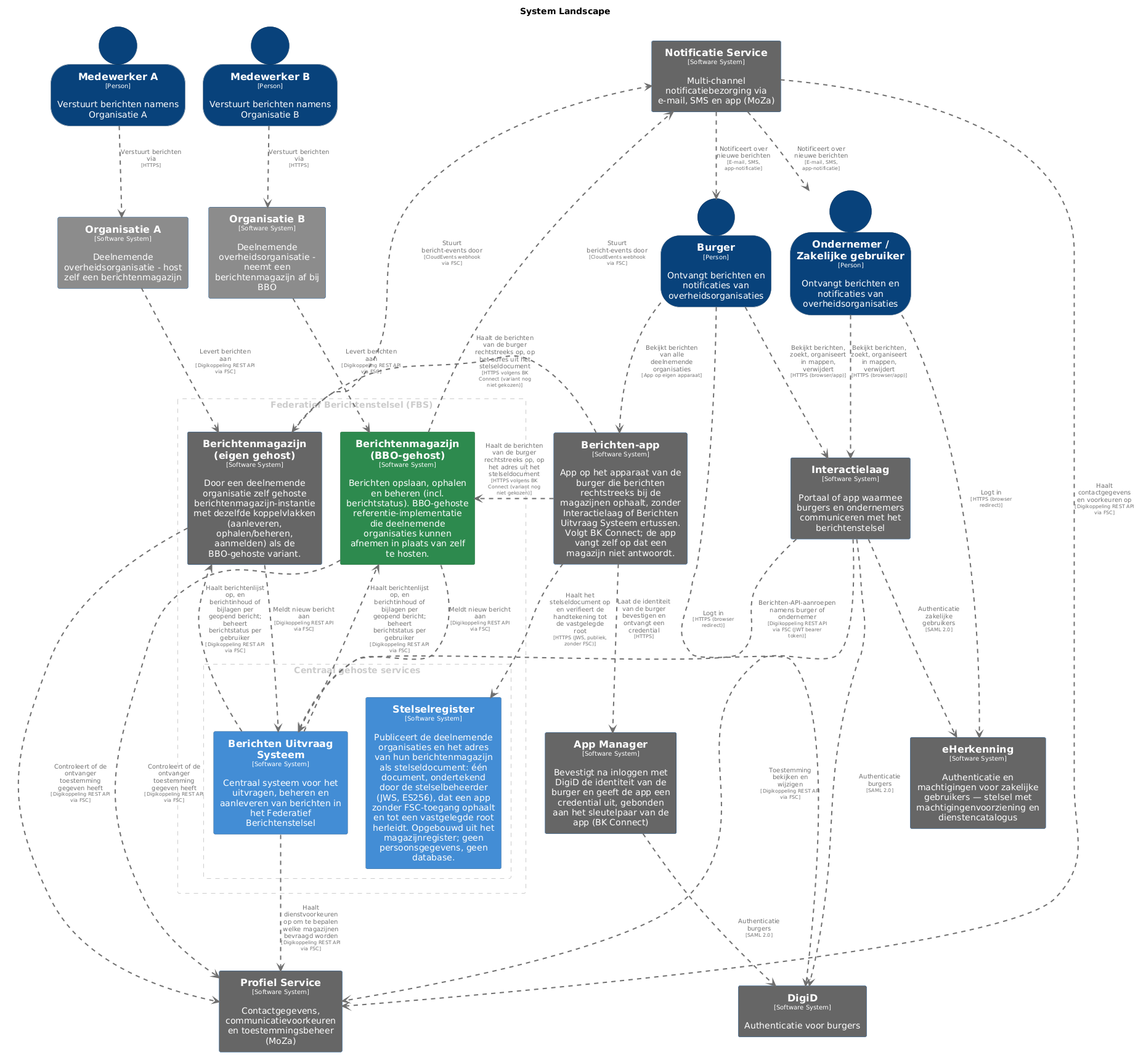
Earlier version of the PlantUML export pr-preview/pr-361/master/png/SystemLandscape.png (MinBZK/moza-poc-fbs-berichtenbox).
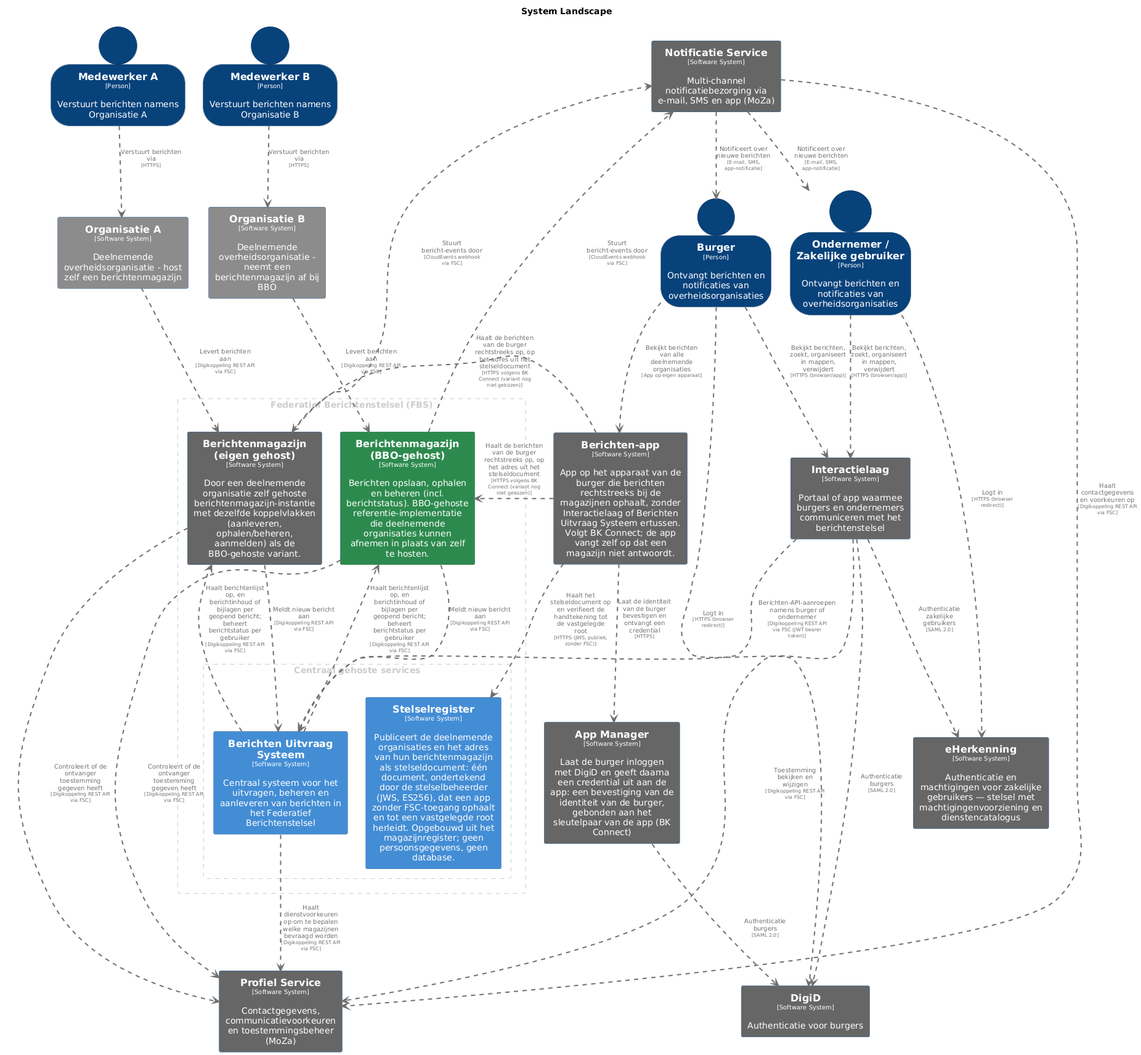
After the change.

Diff of the diagram source:
```diff
@@ -138,7 +138,7 @@
 
 person "==Burger\n<size:10>[Person]</size>\n\nOntvangt berichten en notificaties van overheidsorganisaties" <<Burger>> as Burger
 rectangle "==Organisatie A\n<size:10>[Software System]</size>\n\nDeelnemende overheidsorganisatie - host zelf een berichtenmagazijn" <<OrganisatieA>> as OrganisatieA
-rectangle "==App Manager\n<size:10>[Software System]</size>\n\nBevestigt na inloggen met DigiD de identiteit van de burger en geeft de app een credential uit, gebonden aan het sleutelpaar van de app (BK Connect)" <<AppManager>> as AppManager
+rectangle "==App Manager\n<size:10>[Software System]</size>\n\nLaat de burger inloggen met DigiD en geeft daarna een credential uit aan de app: een bevestiging van de identiteit van de burger, gebonden aan het sleutelpaar van de app (BK Connect)" <<AppManager>> as AppManager
 rectangle "==Organisatie B\n<size:10>[Software System]</size>\n\nDeelnemende overheidsorganisatie - neemt een berichtenmagazijn af bij BBO" <<OrganisatieB>> as OrganisatieB
 person "==Ondernemer / Zakelijke gebruiker\n<size:10>[Person]</size>\n\nOntvangt berichten en notificaties van overheidsorganisaties" <<OndernemerZakelijkegebruiker>> as OndernemerZakelijkegebruiker
 person "==Medewerker A\n<size:10>[Person]</size>\n\nVerstuurt berichten namens Organisatie A" <<MedewerkerA>> as MedewerkerA
```
